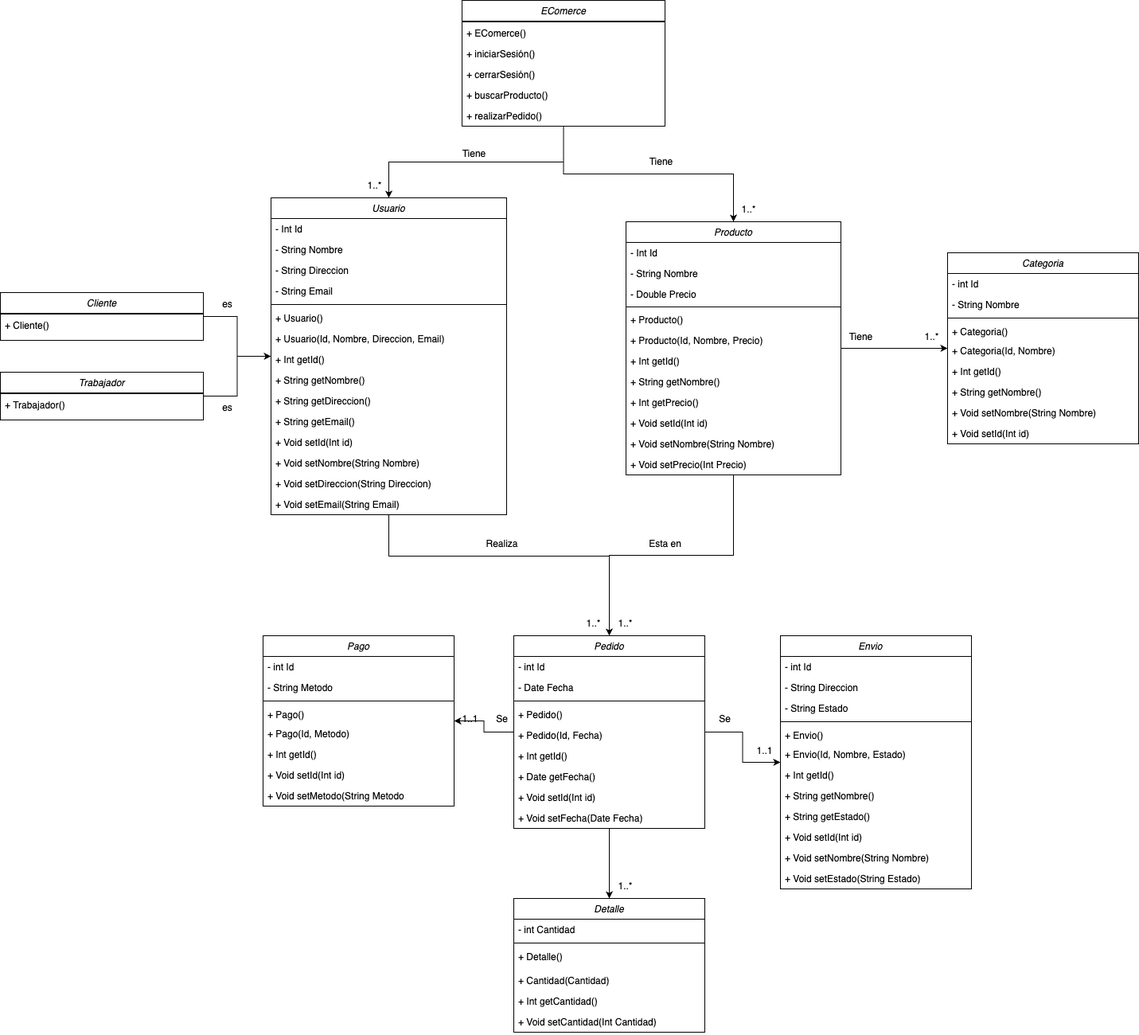
Earlier version of the draw.io export EComerce.png (andreumagu/UML_Cosecha_Propia). Source tidied: cells renumbered, new cells last; positions are measured from the earlier drawing's top-left corner, leaving out a move shared by most shapes.
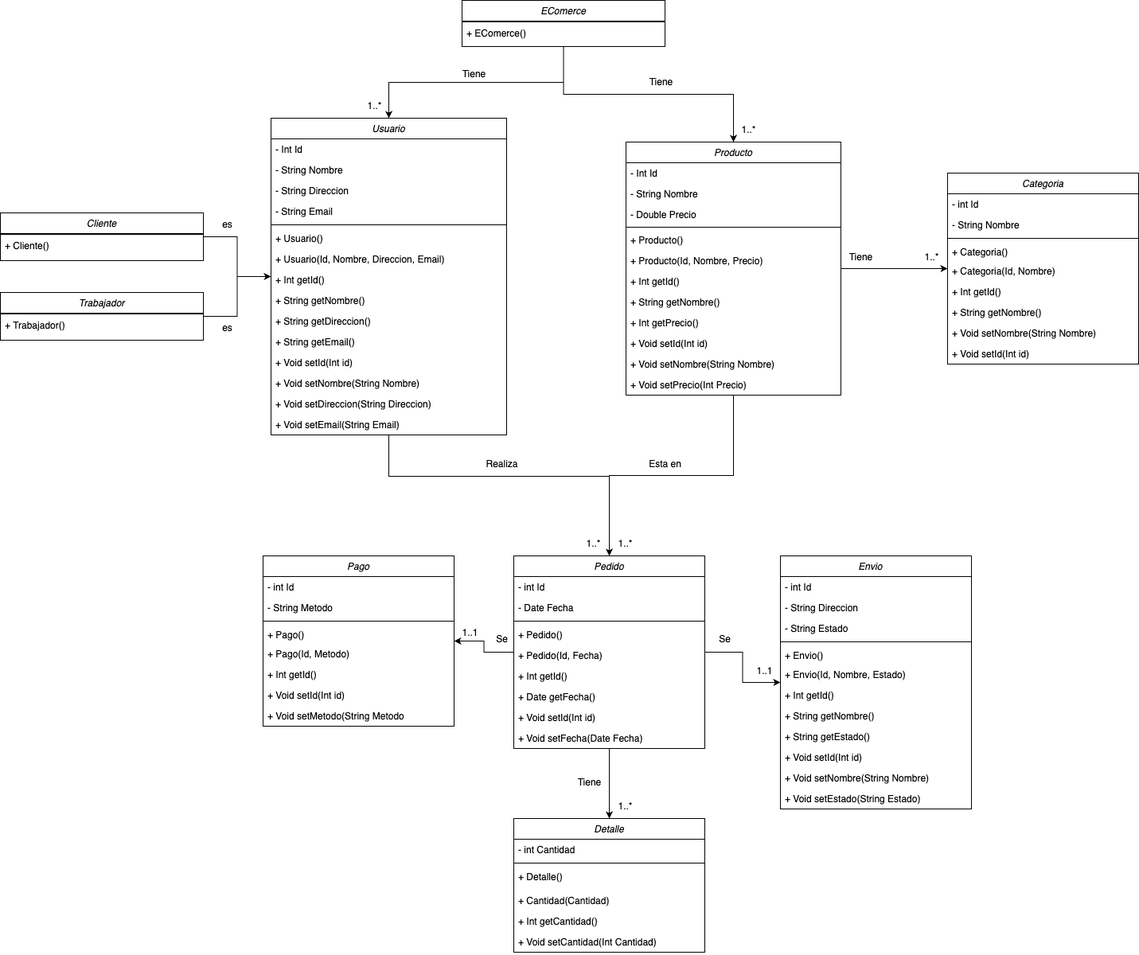
Above is the later version.

The edit, as a diff of the source:
```diff
@@ -95,7 +95,7 @@
       </mxGeometry>
     </mxCell>
     <mxCell id="31" value="EComerce" style="swimlane;fontStyle=2;align=center;verticalAlign=top;horizontal=1;startSize=26;rounded=0;shadow=0;strokeWidth=1;" parent="1" vertex="1">
-      <mxGeometry x="580" width="255" height="158" as="geometry" />
+      <mxGeometry x="580" y="100" width="255" height="58" as="geometry" />
     </mxCell>
     <mxCell id="32" style="line;html=1;strokeWidth=1;align=left;verticalAlign=middle;spacingTop=-1;spacingLeft=3;spacingRight=3;labelPosition=right;" parent="31" vertex="1">
       <mxGeometry y="26" width="255" height="2" as="geometry" />
@@ -103,18 +103,6 @@
     <mxCell id="33" value="+ EComerce()" style="text;align=left;verticalAlign=top;spacingLeft=4;spacingRight=4;overflow=hidden;" parent="31" vertex="1">
       <mxGeometry y="28" width="255" height="26" as="geometry" />
     </mxCell>
-    <mxCell id="34" value="+ iniciarSesión()" style="text;align=left;verticalAlign=top;spacingLeft=4;spacingRight=4;overflow=hidden;" parent="31" vertex="1">
-      <mxGeometry y="54" width="255" height="26" as="geometry" />
-    </mxCell>
-    <mxCell id="35" value="+ cerrarSesión()" style="text;align=left;verticalAlign=top;spacingLeft=4;spacingRight=4;overflow=hidden;" parent="31" vertex="1">
-      <mxGeometry y="80" width="255" height="26" as="geometry" />
-    </mxCell>
-    <mxCell id="36" value="+ buscarProducto()" style="text;align=left;verticalAlign=top;spacingLeft=4;spacingRight=4;overflow=hidden;" parent="31" vertex="1">
-      <mxGeometry y="106" width="255" height="26" as="geometry" />
-    </mxCell>
-    <mxCell id="37" value="+ realizarPedido()" style="text;align=left;verticalAlign=top;spacingLeft=4;spacingRight=4;overflow=hidden;" parent="31" vertex="1">
-      <mxGeometry y="132" width="255" height="26" as="geometry" />
-    </mxCell>
     <mxCell id="38" value="Pago" style="swimlane;fontStyle=2;align=center;verticalAlign=top;horizontal=1;startSize=26;rounded=0;shadow=0;strokeWidth=1;" parent="1" vertex="1">
       <mxGeometry x="330" y="798" width="240" height="214" as="geometry" />
     </mxCell>
@@ -251,7 +239,7 @@
       <mxGeometry x="1150" y="408" width="40" height="30" as="geometry" />
     </mxCell>
     <mxCell id="83" value="1..1" style="text;html=1;align=center;verticalAlign=middle;strokeColor=none;fillColor=none;" parent="1" vertex="1">
-      <mxGeometry x="570" y="888" width="40" height="30" as="geometry" />
+      <mxGeometry x="570" y="880" width="40" height="30" as="geometry" />
     </mxCell>
     <mxCell id="84" value="1..1" style="text;html=1;align=center;verticalAlign=middle;strokeColor=none;fillColor=none;" parent="1" vertex="1">
       <mxGeometry x="940" y="928" width="40" height="30" as="geometry" />
@@ -366,5 +354,8 @@
     <mxCell id="119" value="1..*" style="text;html=1;align=center;verticalAlign=middle;strokeColor=none;fillColor=none;" parent="1" vertex="1">
       <mxGeometry x="765" y="768" width="40" height="30" as="geometry" />
     </mxCell>
+    <mxCell id="120" value="Tiene" style="text;html=1;align=center;verticalAlign=middle;strokeColor=none;fillColor=none;" parent="1" vertex="1">
+      <mxGeometry x="715" y="1068" width="50" height="30" as="geometry" />
+    </mxCell>
   </root>
 </mxGraphModel>
```
